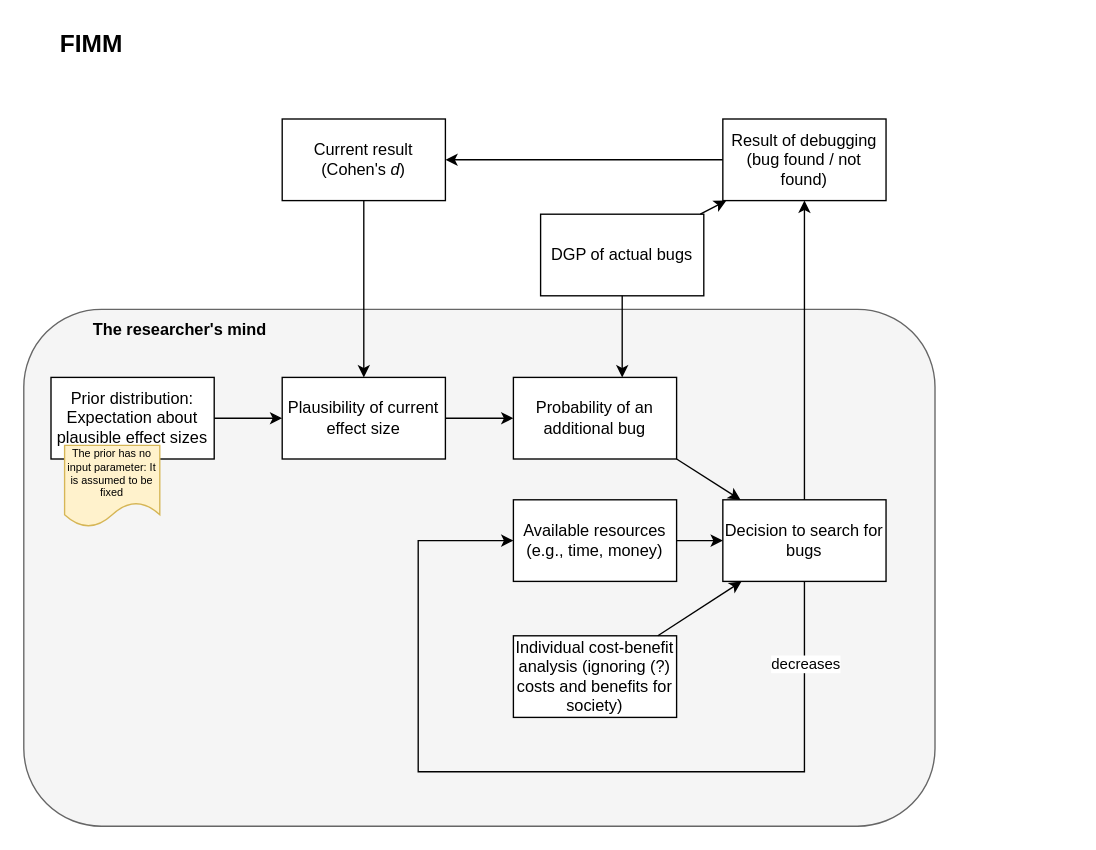
Earlier version of the draw.io diagram scientific_errors_VAST.drawio (nicebread/scientific_errors). Source tidied: cells renumbered, new cells numbered last; positions are measured from the earlier drawing's top-left corner, leaving out a move shared by most shapes. Both pictures are drawn from the tidied source at 136%, with x=0, y=0 at pixel (23, 23).
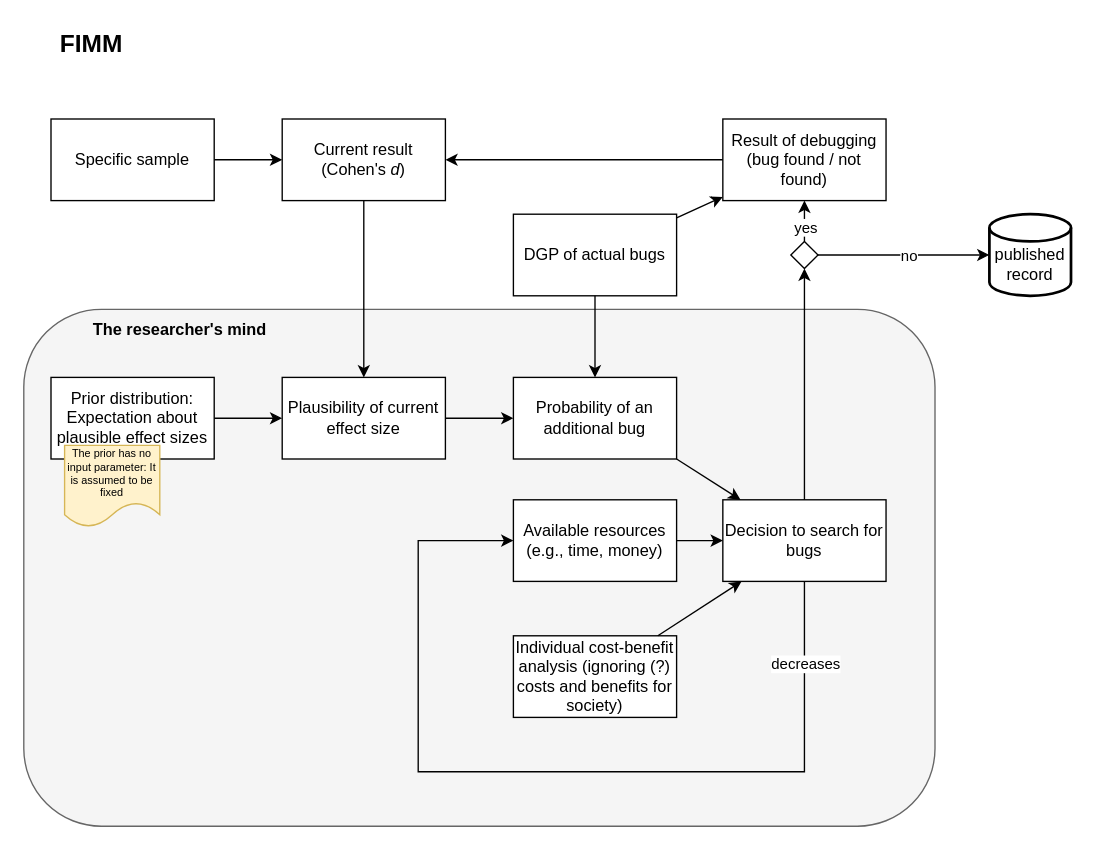
The same diagram, later.

Unchanged cells that the change refers to:
```xml
<mxCell id="9" value="Decision to search for bugs" style="rounded=0;whiteSpace=wrap;html=1;" parent="1" vertex="1">
  <mxGeometry x="514" y="350" width="120" height="60" as="geometry" />
</mxCell>
<mxCell id="19" value="Result of debugging&lt;br&gt;(bug found / not found)" style="rounded=0;whiteSpace=wrap;html=1;" parent="1" vertex="1">
  <mxGeometry x="514" y="70" width="120" height="60" as="geometry" />
</mxCell>
<mxCell id="24" value="Current result (Cohen's &lt;i&gt;d&lt;/i&gt;)" style="rounded=0;whiteSpace=wrap;html=1;" parent="1" vertex="1">
  <mxGeometry x="190" y="70" width="120" height="60" as="geometry" />
</mxCell>
```

Diff of the diagram source:
```diff
@@
-    <mxCell id="20" style="endArrow=classic;html=1;rounded=0;" parent="1" edge="1" source="9" target="19">
+    <mxCell id="20" style="endArrow=classic;html=1;rounded=0;" parent="1" edge="1" source="34" target="19">
       <mxGeometry relative="1" as="geometry" />
     </mxCell>
+    <mxCell id="28" value="yes" style="edgeLabel;html=1;align=center;verticalAlign=middle;" parent="20" vertex="1">
+      <mxGeometry x="-0.25" y="5" relative="1" as="geometry">
+        <mxPoint x="5" as="offset" />
+      </mxGeometry>
+    </mxCell>
     <mxCell id="21" value="DGP of actual bugs" style="rounded=0;whiteSpace=wrap;html=1;" parent="1" vertex="1">
-      <mxGeometry x="380" y="140" width="120" height="60" as="geometry" />
+      <mxGeometry x="360" y="140" width="120" height="60" as="geometry" />
     </mxCell>
@@
+    <mxCell id="29" value="Specific sample" style="rounded=0;whiteSpace=wrap;html=1;" parent="1" vertex="1">
+      <mxGeometry x="20" y="70" width="120" height="60" as="geometry" />
+    </mxCell>
+    <mxCell id="30" style="edgeStyle=none;jettySize=auto;html=1;rounded=0;" parent="1" edge="1" source="29" target="24">
+      <mxGeometry relative="1" as="geometry" />
+    </mxCell>
+    <mxCell id="31" style="edgeStyle=none;jettySize=auto;html=1;rounded=0;exitX=1;exitY=0.5;exitDx=0;exitDy=0;" parent="1" edge="1" source="34">
+      <mxGeometry relative="1" as="geometry">
+        <mxPoint x="710" y="170" as="targetPoint" />
+      </mxGeometry>
+    </mxCell>
+    <mxCell id="32" value="no" style="edgeLabel;html=1;align=center;verticalAlign=middle;" parent="31" vertex="1">
+      <mxGeometry x="0.05" y="-1" relative="1" as="geometry">
+        <mxPoint y="-1" as="offset" />
+      </mxGeometry>
+    </mxCell>
+    <mxCell id="33" style="endArrow=classic;html=1;rounded=0;" parent="1" edge="1" source="9" target="34">
+      <mxGeometry relative="1" as="geometry" />
+    </mxCell>
+    <mxCell id="34" style="rhombus;whiteSpace=wrap;html=1;" parent="1" vertex="1">
+      <mxGeometry x="564" y="160" width="20" height="20" as="geometry" />
+    </mxCell>
+    <mxCell id="35" style="edgeStyle=none;orthogonalLoop=1;jettySize=auto;html=1;rounded=0;" parent="1" edge="1">
+      <mxGeometry relative="1" as="geometry">
+        <mxPoint x="570" y="170" as="sourcePoint" />
+        <mxPoint x="570" y="170" as="targetPoint" />
+      </mxGeometry>
+    </mxCell>
+    <mxCell id="36" value="&lt;br&gt;published record" style="strokeWidth=2;html=1;shape=mxgraph.flowchart.database;whiteSpace=wrap;" parent="1" vertex="1">
+      <mxGeometry x="710" y="140" width="60" height="60" as="geometry" />
+    </mxCell>
```
